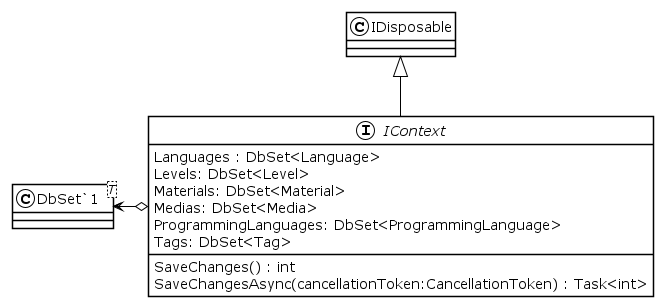
Before: Documentation/UML/Images/IContext.png, a diagram exported from PlantUML (ahja-itu/BDSA2021-FinalProject). The source it was exported from:
```plantuml
@startuml
!theme plain
interface IContext {
    SaveChanges() : int
    SaveChangesAsync(cancellationToken:CancellationToken) : Task<int>
Languages : DbSet<Language>
Levels: DbSet<Level>
Materials: DbSet<Material>
Medias: DbSet<Media>
ProgrammingLanguages: DbSet<ProgrammingLanguage>
Tags: DbSet<Tag>
}
class "DbSet`1"<T> {
}
IDisposable <|-- IContext
"DbSet`1" <-o IContext
@enduml
```
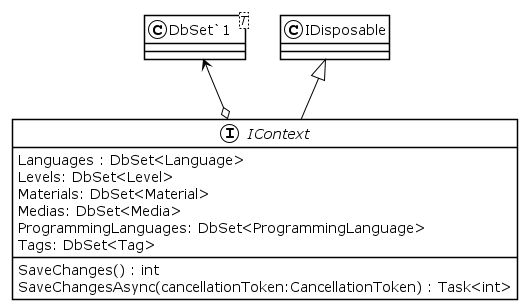
Above is the later version.

Change to the diagram source:
```diff
@@ -13,5 +13,5 @@
 class "DbSet`1"<T> {
 }
 IDisposable <|-- IContext
-"DbSet`1" <-o IContext
+"DbSet`1" <-d-o IContext
 @enduml
```
